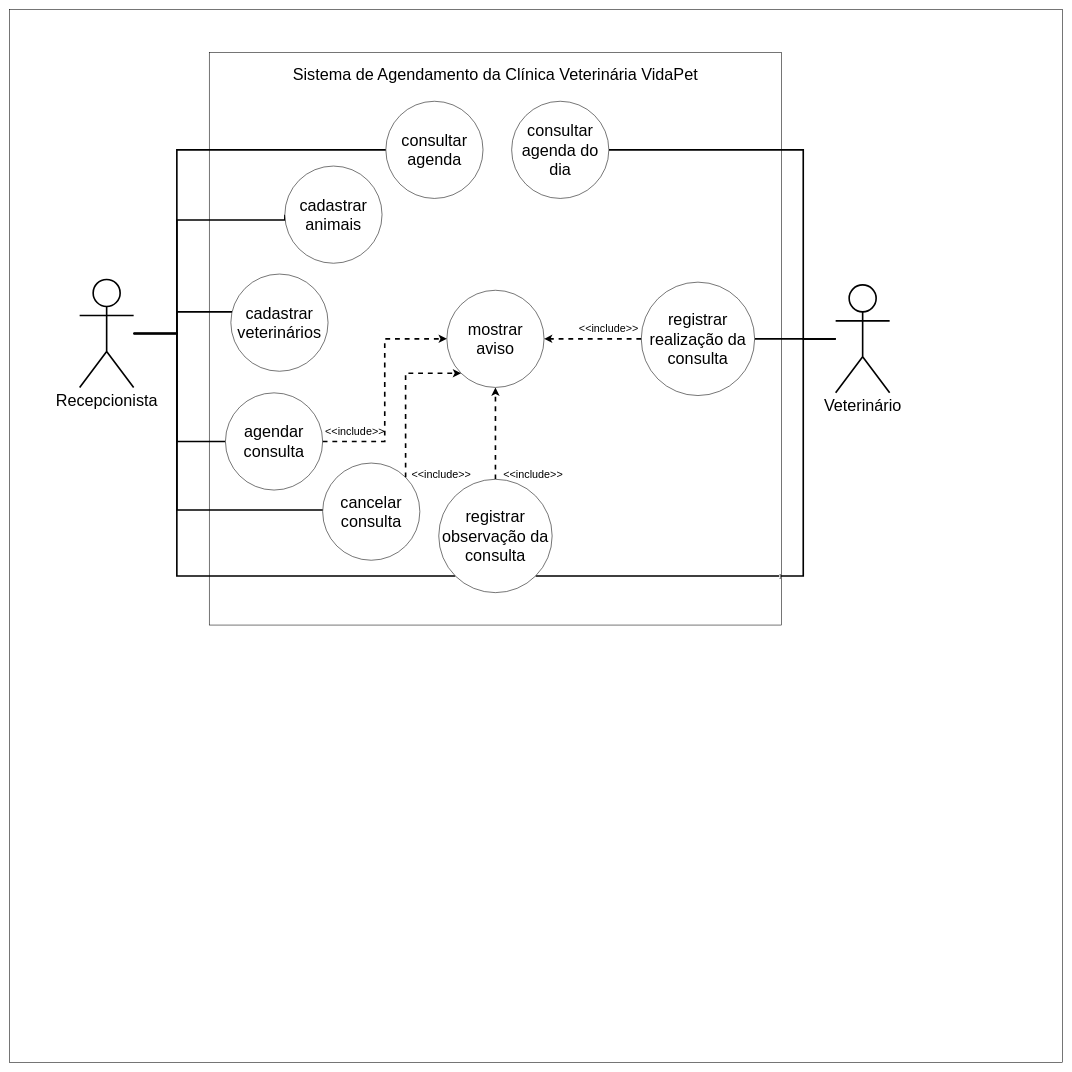
The draw.io diagram vidapet.drawio in GBelloS/vida-pet, before the edit. Source tidied: cells renumbered, new cells numbered last; positions are measured from the earlier drawing's top-left corner, leaving out a move shared by most shapes. Both pictures are drawn from the tidied source at 54%, with x=0, y=0 at pixel (9, 9).
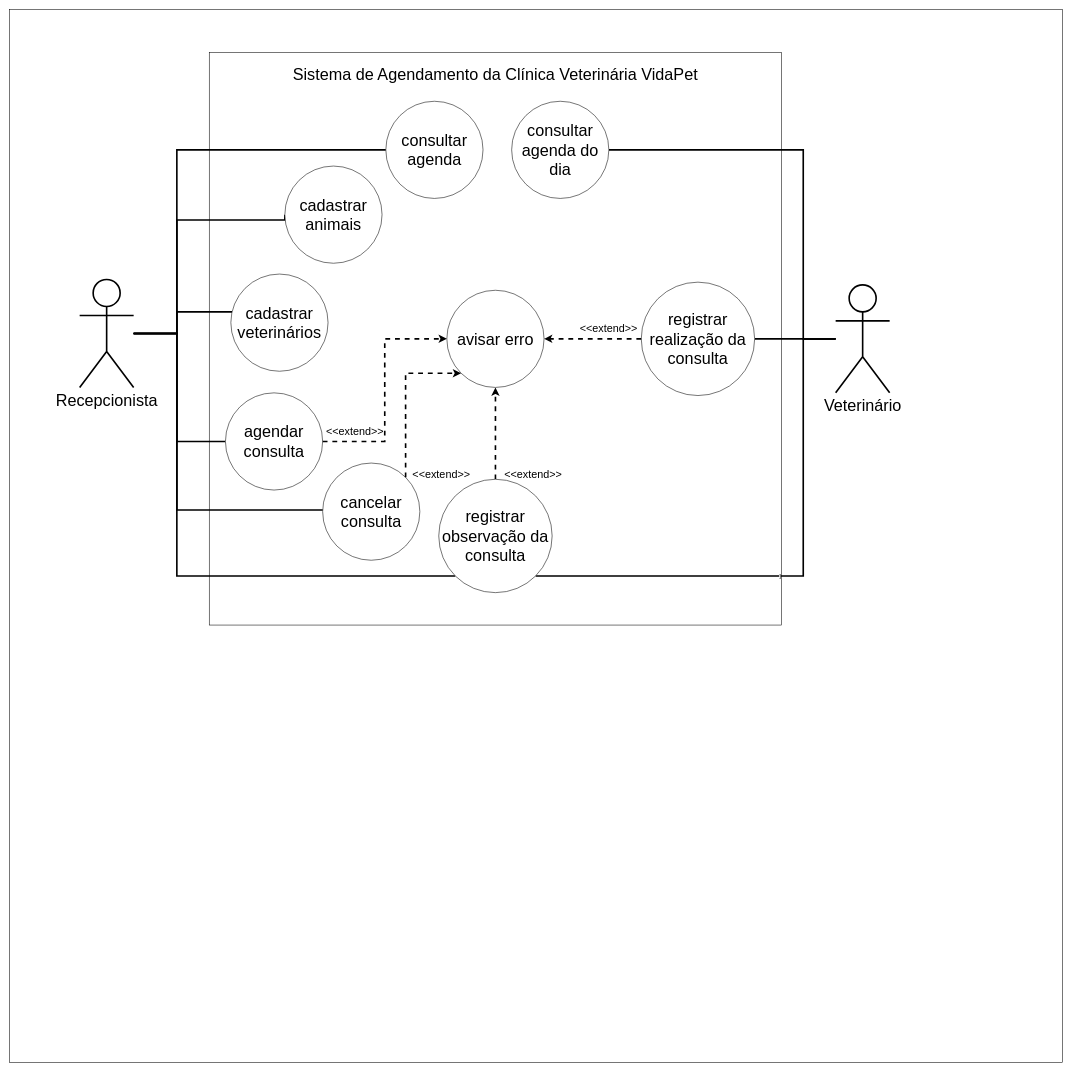
The same page after the edit.

The edit, as a diff of the source:
```diff
@@
-    <mxCell id="25" value="mostrar aviso" style="ellipse;whiteSpace=wrap;html=1;shapeInside=1;fontSize=30;" parent="1" vertex="1">
+    <mxCell id="25" value="avisar erro" style="ellipse;whiteSpace=wrap;html=1;shapeInside=1;fontSize=30;" parent="1" vertex="1">
       <mxGeometry x="810" y="520" width="180" height="180" as="geometry" />
     </mxCell>
-    <mxCell id="26" value="&lt;font style=&quot;font-size: 20px;&quot;&gt;&amp;lt;&amp;lt;include&amp;gt;&amp;gt;&lt;/font&gt;" style="text;html=1;whiteSpace=wrap;strokeColor=none;fillColor=none;align=center;verticalAlign=middle;rounded=0;" parent="1" vertex="1">
+    <mxCell id="26" value="&lt;font style=&quot;font-size: 20px;&quot;&gt;&amp;lt;&amp;lt;extend&amp;gt;&amp;gt;&lt;/font&gt;" style="text;html=1;whiteSpace=wrap;strokeColor=none;fillColor=none;align=center;verticalAlign=middle;rounded=0;" parent="1" vertex="1">
       <mxGeometry x="1040" y="570" width="140" height="40" as="geometry" />
     </mxCell>
@@
-    <mxCell id="30" value="&lt;font style=&quot;font-size: 20px;&quot;&gt;&amp;lt;&amp;lt;include&amp;gt;&amp;gt;&lt;/font&gt;" style="text;html=1;whiteSpace=wrap;strokeColor=none;fillColor=none;align=center;verticalAlign=middle;rounded=0;" parent="1" vertex="1">
+    <mxCell id="30" value="&lt;font style=&quot;font-size: 20px;&quot;&gt;&amp;lt;&amp;lt;extend&amp;gt;&amp;gt;&lt;/font&gt;" style="text;html=1;whiteSpace=wrap;strokeColor=none;fillColor=none;align=center;verticalAlign=middle;rounded=0;" parent="1" vertex="1">
       <mxGeometry x="900" y="840" width="140" height="40" as="geometry" />
     </mxCell>
-    <mxCell id="31" value="&lt;font style=&quot;font-size: 20px;&quot;&gt;&amp;lt;&amp;lt;include&amp;gt;&amp;gt;&lt;/font&gt;" style="text;html=1;whiteSpace=wrap;strokeColor=none;fillColor=none;align=center;verticalAlign=middle;rounded=0;" parent="1" vertex="1">
+    <mxCell id="31" value="&lt;font style=&quot;font-size: 20px;&quot;&gt;&amp;lt;&amp;lt;extend&amp;gt;&amp;gt;&lt;/font&gt;" style="text;html=1;whiteSpace=wrap;strokeColor=none;fillColor=none;align=center;verticalAlign=middle;rounded=0;" parent="1" vertex="1">
       <mxGeometry x="730" y="840" width="140" height="40" as="geometry" />
     </mxCell>
-    <mxCell id="32" value="&lt;font style=&quot;font-size: 20px;&quot;&gt;&amp;lt;&amp;lt;include&amp;gt;&amp;gt;&lt;/font&gt;" style="text;html=1;whiteSpace=wrap;strokeColor=none;fillColor=none;align=center;verticalAlign=middle;rounded=0;" parent="1" vertex="1">
+    <mxCell id="32" value="&lt;font style=&quot;font-size: 20px;&quot;&gt;&amp;lt;&amp;lt;extend&amp;gt;&amp;gt;&lt;/font&gt;" style="text;html=1;whiteSpace=wrap;strokeColor=none;fillColor=none;align=center;verticalAlign=middle;rounded=0;" parent="1" vertex="1">
       <mxGeometry x="570" y="760" width="140" height="40" as="geometry" />
     </mxCell>
```
